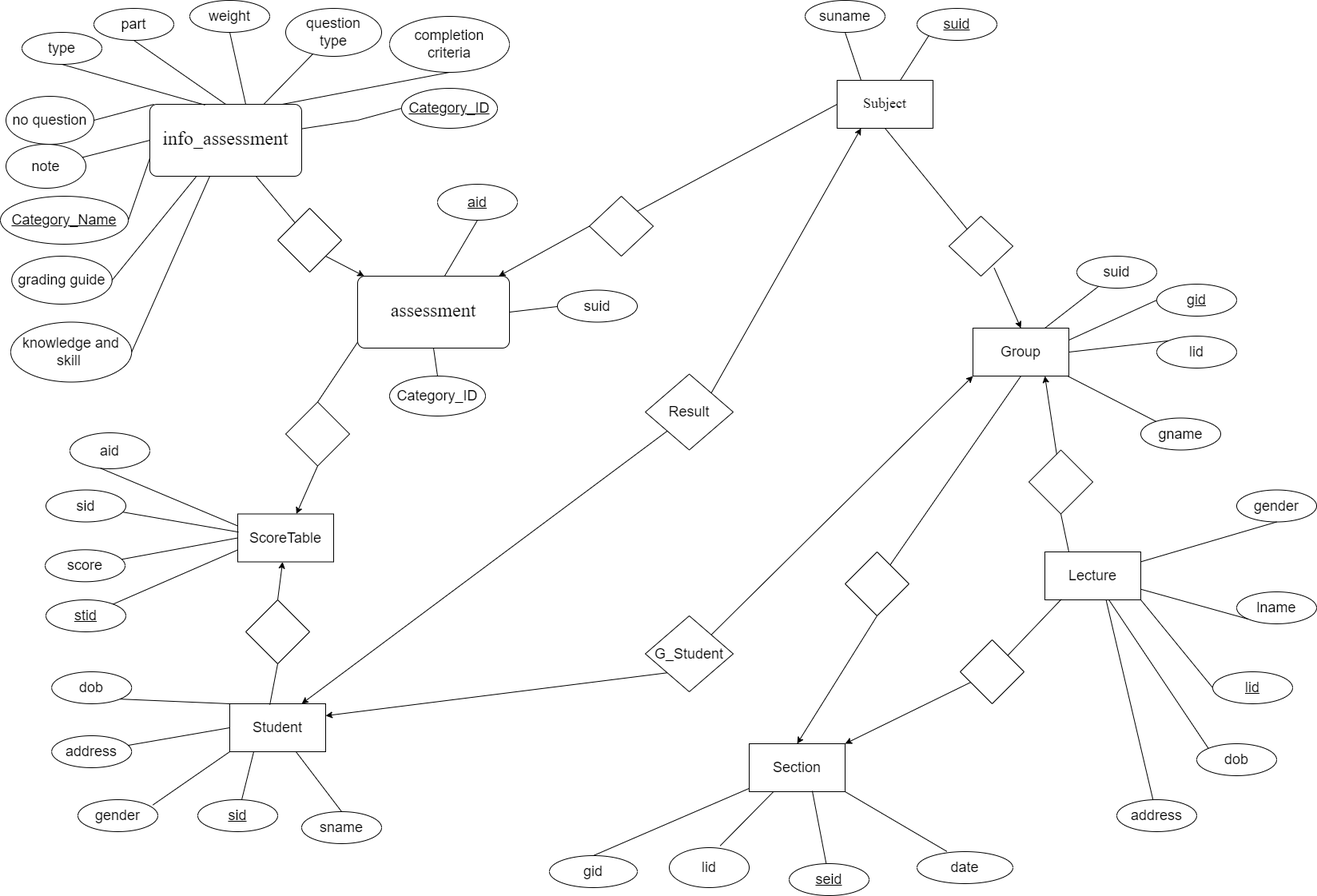
The draw.io diagram Final_Report/ERD_ASM_SCORE.png in duc2209/ASM_DBI, before a commit. Source tidied: cells renumbered, new cells last; positions are measured from the earlier drawing's top-left corner, leaving out a move shared by most shapes.
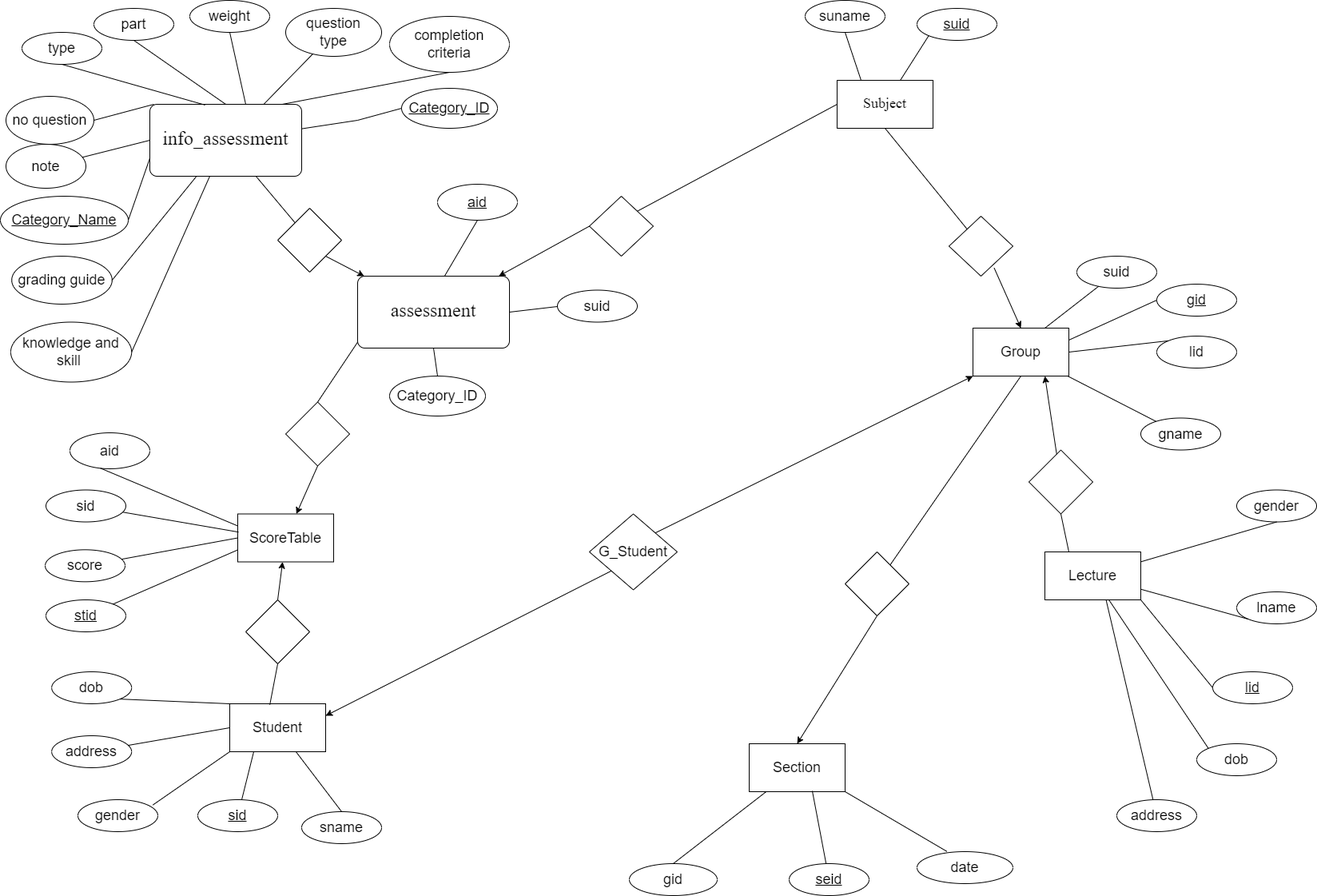
After the change.

What changed in the source:
```diff
@@ -15,7 +15,7 @@
       <mxGeometry x="1287" y="562.5" width="80" height="80" as="geometry" />
     </mxCell>
     <mxCell id="6" value="&lt;font style=&quot;font-size: 18px;&quot;&gt;G_Student&lt;/font&gt;" style="rhombus;whiteSpace=wrap;html=1;" parent="1" vertex="1">
-      <mxGeometry x="807" y="770" width="110" height="95" as="geometry" />
+      <mxGeometry x="737" y="642.5" width="110" height="95" as="geometry" />
     </mxCell>
     <mxCell id="7" style="rhombus;whiteSpace=wrap;html=1;" parent="1" vertex="1">
       <mxGeometry x="1057" y="690" width="80" height="80" as="geometry" />
@@ -44,21 +44,12 @@
     <mxCell id="15" style="endArrow=none;html=1;rounded=0;entryX=0.5;entryY=1;entryDx=0;entryDy=0;" parent="1" edge="1" source="7" target="4">
       <mxGeometry relative="1" as="geometry" />
     </mxCell>
-    <mxCell id="16" style="endArrow=none;html=1;rounded=0;exitX=0.172;exitY=0.987;exitDx=0;exitDy=0;exitPerimeter=0;" parent="1" edge="1" source="10" target="17">
-      <mxGeometry relative="1" as="geometry" />
-    </mxCell>
-    <mxCell id="17" style="rhombus;whiteSpace=wrap;html=1;" parent="1" vertex="1">
-      <mxGeometry x="1201" y="800" width="80" height="80" as="geometry" />
-    </mxCell>
     <mxCell id="18" value="&lt;font style=&quot;font-size: 18px;&quot;&gt;Section&lt;/font&gt;" style="rounded=0;whiteSpace=wrap;html=1;" parent="1" vertex="1">
       <mxGeometry x="937" y="930" width="120" height="60" as="geometry" />
     </mxCell>
     <mxCell id="19" style="endArrow=classic;html=1;rounded=0;entryX=0.5;entryY=0;entryDx=0;entryDy=0;exitX=0.5;exitY=1;exitDx=0;exitDy=0;" parent="1" edge="1" source="7" target="18">
       <mxGeometry relative="1" as="geometry" />
     </mxCell>
-    <mxCell id="20" style="endArrow=classic;html=1;rounded=0;entryX=1;entryY=0;entryDx=0;entryDy=0;" parent="1" edge="1" source="17" target="18">
-      <mxGeometry relative="1" as="geometry" />
-    </mxCell>
     <mxCell id="21" value="&lt;u&gt;&lt;font style=&quot;font-size: 18px;&quot;&gt;sid&lt;/font&gt;&lt;/u&gt;" style="ellipse;whiteSpace=wrap;html=1;align=center;" parent="1" vertex="1">
       <mxGeometry x="247" y="1000" width="100" height="40" as="geometry" />
     </mxCell>
@@ -155,12 +146,6 @@
     <mxCell id="52" style="endArrow=none;html=1;rounded=0;" parent="1" edge="1" source="4" target="51">
       <mxGeometry relative="1" as="geometry" />
     </mxCell>
-    <mxCell id="53" value="&lt;font style=&quot;font-size: 18px;&quot;&gt;lid&lt;/font&gt;" style="ellipse;whiteSpace=wrap;html=1;align=center;" parent="1" vertex="1">
-      <mxGeometry x="837" y="1060" width="100" height="50" as="geometry" />
-    </mxCell>
-    <mxCell id="54" style="endArrow=none;html=1;rounded=0;entryX=0.637;entryY=-0.047;entryDx=0;entryDy=0;entryPerimeter=0;" parent="1" edge="1" source="18" target="53">
-      <mxGeometry relative="1" as="geometry" />
-    </mxCell>
     <mxCell id="55" value="&lt;u&gt;&lt;font style=&quot;font-size: 18px;&quot;&gt;seid&lt;/font&gt;&lt;/u&gt;" style="ellipse;whiteSpace=wrap;html=1;align=center;" parent="1" vertex="1">
       <mxGeometry x="987" y="1080" width="100" height="40" as="geometry" />
     </mxCell>
@@ -168,7 +153,7 @@
       <mxGeometry relative="1" as="geometry" />
     </mxCell>
     <mxCell id="57" value="&lt;font style=&quot;font-size: 18px;&quot;&gt;gid&lt;/font&gt;" style="ellipse;whiteSpace=wrap;html=1;align=center;" parent="1" vertex="1">
-      <mxGeometry x="687" y="1070" width="110" height="40" as="geometry" />
+      <mxGeometry x="787" y="1080" width="110" height="40" as="geometry" />
     </mxCell>
     <mxCell id="58" style="endArrow=none;html=1;rounded=0;entryX=0.5;entryY=0;entryDx=0;entryDy=0;" parent="1" edge="1" source="18" target="57">
       <mxGeometry relative="1" as="geometry" />
@@ -271,15 +256,6 @@
     <mxCell id="90" style="rhombus;whiteSpace=wrap;html=1;" parent="1" vertex="1">
       <mxGeometry x="1187" y="270" width="80" height="75" as="geometry" />
     </mxCell>
-    <mxCell id="91" value="&lt;font style=&quot;font-size: 18px;&quot;&gt;Result&lt;/font&gt;" style="rhombus;whiteSpace=wrap;html=1;" parent="1" vertex="1">
-      <mxGeometry x="807" y="467.5" width="110" height="95" as="geometry" />
-    </mxCell>
-    <mxCell id="92" style="endArrow=classic;html=1;rounded=0;entryX=0.25;entryY=1;entryDx=0;entryDy=0;exitX=1;exitY=0;exitDx=0;exitDy=0;" parent="1" edge="1" source="91" target="2">
-      <mxGeometry relative="1" as="geometry" />
-    </mxCell>
-    <mxCell id="93" style="endArrow=classic;html=1;rounded=0;exitX=0;exitY=1;exitDx=0;exitDy=0;entryX=0.75;entryY=0;entryDx=0;entryDy=0;" parent="1" edge="1" source="91" target="14">
-      <mxGeometry relative="1" as="geometry" />
-    </mxCell>
     <mxCell id="94" value="&lt;font style=&quot;font-size: 18px;&quot;&gt;ScoreTable&lt;/font&gt;" style="rounded=0;whiteSpace=wrap;html=1;" parent="1" vertex="1">
       <mxGeometry x="297" y="642.5" width="120" height="60" as="geometry" />
     </mxCell>
```
